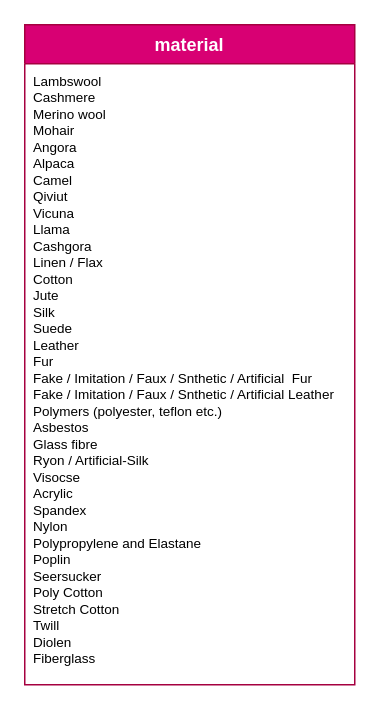
The draw.io diagram material_class.drawio in morawi/ddoif, before the edit. Source tidied: cells renumbered, new cells numbered last; positions are measured from the earlier drawing's top-left corner, leaving out a move shared by most shapes. Both pictures are drawn from the tidied source at 150%, with x=0, y=0 at pixel (24, 24).
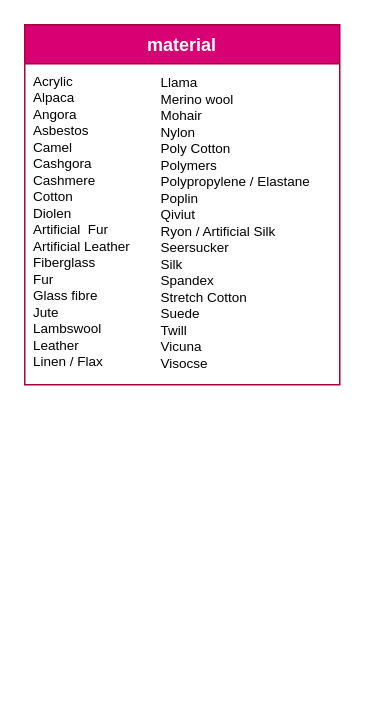
After the change.

The edit, as a diff of the source:
```diff
@@
 <mxGraphModel>
   <root>
     <mxCell id="0" />
     <mxCell id="1" parent="0" />
+    <mxCell id="4" value="Llama&#10;Merino wool&#10;Mohair&#10;Nylon&#10;Poly Cotton&#10;Polymers &#10;Polypropylene / Elastane&#10;Poplin&#10;Qiviut&#10;Ryon / Artificial Silk&#10;Seersucker&#10;Silk&#10;Spandex&#10;Stretch Cotton&#10;Suede&#10;Twill&#10;Vicuna&#10;Visocse" style="text;align=left;verticalAlign=top;spacingLeft=4;spacingRight=4;overflow=hidden;fontSize=9;" parent="1" vertex="1">
+      <mxGeometry x="85" y="27" width="120" height="209" as="geometry" />
+    </mxCell>
     <mxCell id="2" value="material" style="swimlane;fontStyle=1;align=center;verticalAlign=top;horizontal=1;startSize=26;rounded=0;shadow=0;strokeWidth=1;fillColor=#d80073;strokeColor=#A50040;fontColor=#ffffff;" parent="1" vertex="1">
-      <mxGeometry width="220" height="440" as="geometry" />
+      <mxGeometry width="210" height="240" as="geometry" />
     </mxCell>
-    <mxCell id="3" value="Lambswool&#10;Cashmere&#10;Merino wool&#10;Mohair&#10;Angora&#10;Alpaca&#10;Camel&#10;Qiviut&#10;Vicuna&#10;Llama&#10;Cashgora&#10;Linen / Flax&#10;Cotton&#10;Jute&#10;Silk&#10;Suede&#10;Leather&#10;Fur&#10;Fake / Imitation / Faux / Snthetic / Artificial  Fur&#10;Fake / Imitation / Faux / Snthetic / Artificial Leather&#10;Polymers (polyester, teflon etc.)&#10;Asbestos&#10;Glass fibre&#10;Ryon / Artificial-Silk&#10;Visocse&#10;Acrylic&#10;Spandex&#10;Nylon&#10;Polypropylene and Elastane&#10;Poplin&#10;Seersucker&#10;Poly Cotton&#10;Stretch Cotton&#10;Twill&#10;Diolen&#10;Fiberglass" style="text;align=left;verticalAlign=top;spacingLeft=4;spacingRight=4;overflow=hidden;fontSize=9;" parent="2" vertex="1">
-      <mxGeometry y="26" width="220" height="414" as="geometry" />
+    <mxCell id="3" value="Acrylic&#10;Alpaca&#10;Angora&#10;Asbestos&#10;Camel&#10;Cashgora&#10;Cashmere&#10;Cotton&#10;Diolen&#10;Artificial  Fur&#10;Artificial Leather&#10;Fiberglass&#10;Fur&#10;Glass fibre&#10;Jute&#10;Lambswool&#10;Leather&#10;Linen / Flax&#10;" style="text;align=left;verticalAlign=top;spacingLeft=4;spacingRight=4;overflow=hidden;fontSize=9;" parent="2" vertex="1">
+      <mxGeometry y="26" width="210" height="214" as="geometry" />
     </mxCell>
   </root>
 </mxGraphModel>
```
